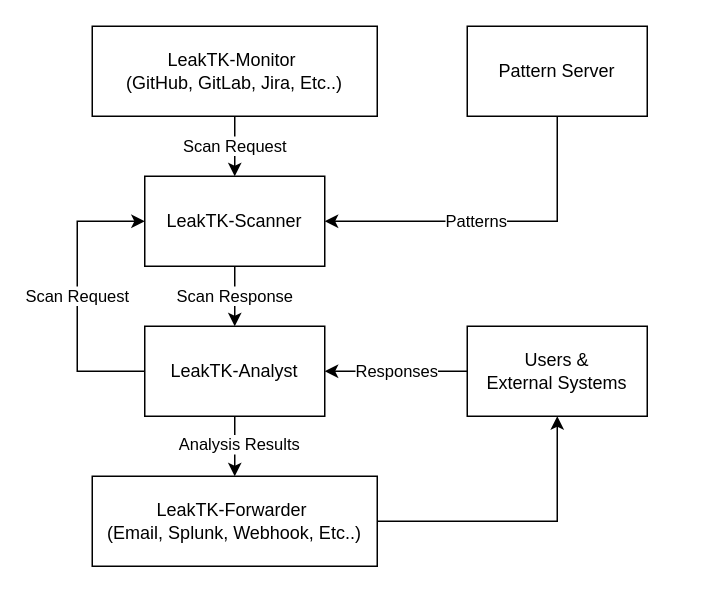
Before: assets/PwnedAlert.drawio in leaktk/docs, a draw.io diagram. Source tidied: cells renumbered, new cells numbered last; positions are measured from the earlier drawing's top-left corner, leaving out a move shared by most shapes. Both pictures are drawn from the tidied source at 150%, with x=0, y=0 at pixel (76, 26).
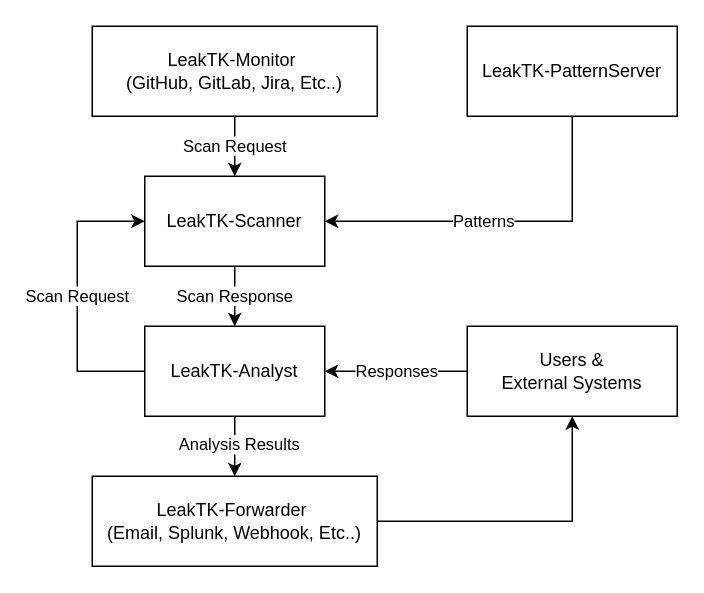
The same page after the edit.

What changed in the source:
```diff
@@
-    <mxCell id="9" value="Pattern Server" style="rounded=0;whiteSpace=wrap;html=1;" parent="1" vertex="1">
-      <mxGeometry x="260" width="120" height="60" as="geometry" />
+    <mxCell id="9" value="LeakTK-PatternServer" style="rounded=0;whiteSpace=wrap;html=1;" parent="1" vertex="1">
+      <mxGeometry x="260" width="140" height="60" as="geometry" />
     </mxCell>
@@
     <mxCell id="18" value="Users &amp;amp;&lt;div&gt;External Systems&lt;/div&gt;" style="rounded=0;whiteSpace=wrap;html=1;" parent="1" vertex="1">
-      <mxGeometry x="260" y="200" width="120" height="60" as="geometry" />
+      <mxGeometry x="260" y="200" width="140" height="60" as="geometry" />
     </mxCell>
```
